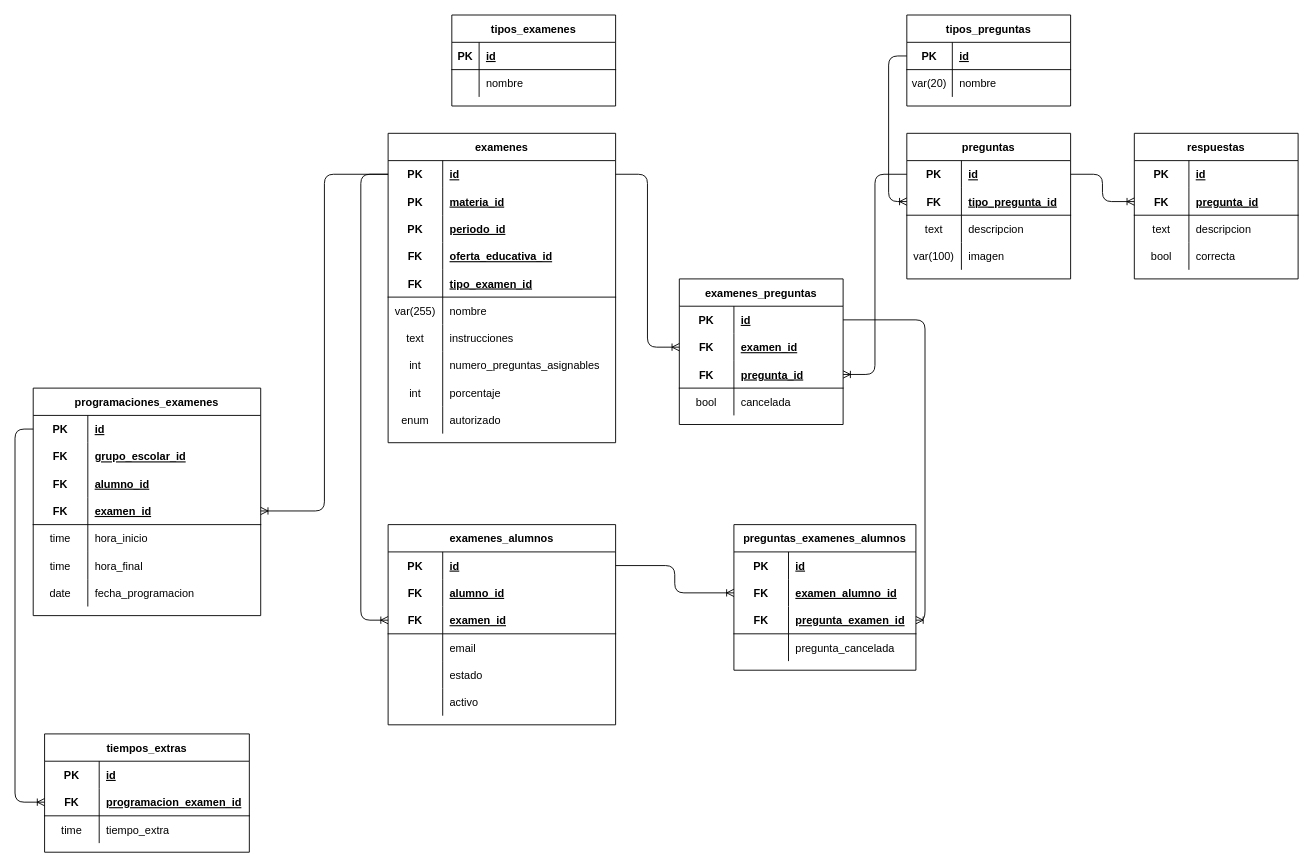
Above: examenes/examenes.drawio in Carlos-Angel/database-escolar (draw.io), before the change. Source tidied: cells renumbered, new cells numbered last; positions are measured from the earlier drawing's top-left corner, leaving out a move shared by most shapes. Both pictures are drawn from the tidied source at 91%, with x=0, y=0 at pixel (15, 15).
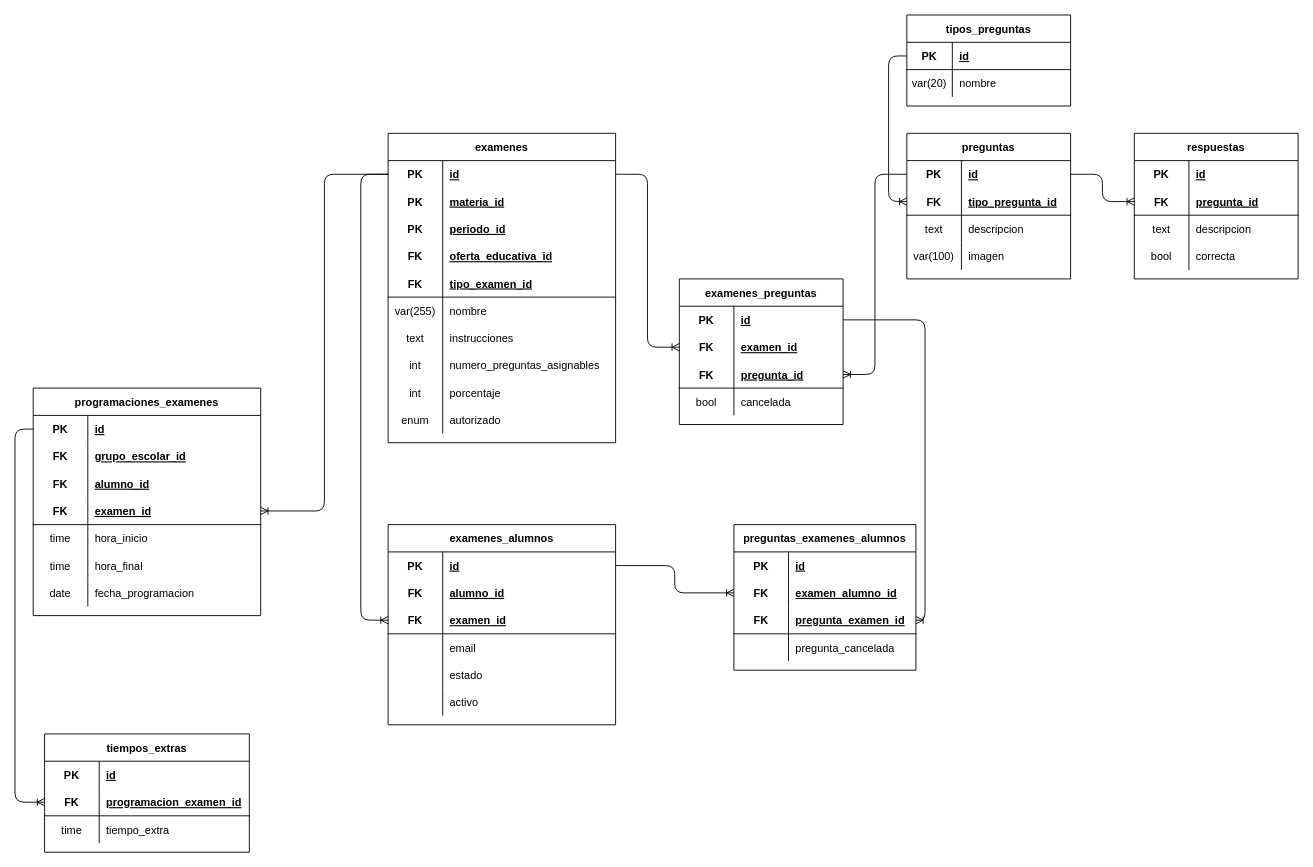
The same diagram, later.

Commit message:
fix(examenes): eliminando tabla inicesaria

What changed in the source:
```diff
@@
-    <mxCell id="68" value="tipos_examenes" style="shape=table;startSize=30;childLayout=tableLayout;rowLines=0;fontStyle=1;align=center;" parent="1" vertex="1">
-      <mxGeometry x="480" width="180" height="100" as="geometry" />
-    </mxCell>
-    <mxCell id="69" style="shape=partialRectangle;fillColor=none;top=0;left=0;bottom=1;right=0;" parent="68" vertex="1">
-      <mxGeometry y="30" width="180" height="30" as="geometry" />
-    </mxCell>
-    <mxCell id="70" value="PK" style="shape=partialRectangle;fillColor=none;top=0;left=0;bottom=0;right=0;fontStyle=1;overflow=hidden;" parent="69" vertex="1">
-      <mxGeometry width="30" height="30" as="geometry" />
-    </mxCell>
-    <mxCell id="71" value="id" style="shape=partialRectangle;fillColor=none;top=0;left=0;bottom=0;right=0;align=left;spacingLeft=6;fontStyle=5;overflow=hidden;" parent="69" vertex="1">
-      <mxGeometry x="30" width="150" height="30" as="geometry" />
-    </mxCell>
-    <mxCell id="72" style="shape=partialRectangle;fillColor=none;top=0;left=0;bottom=0;right=0;" parent="68" vertex="1">
-      <mxGeometry y="60" width="180" height="30" as="geometry" />
-    </mxCell>
-    <mxCell id="73" style="shape=partialRectangle;fillColor=none;top=0;left=0;bottom=0;right=0;overflow=hidden;" parent="72" vertex="1">
-      <mxGeometry width="30" height="30" as="geometry" />
-    </mxCell>
-    <mxCell id="74" value="nombre" style="shape=partialRectangle;fillColor=none;top=0;left=0;bottom=0;right=0;align=left;spacingLeft=6;overflow=hidden;" parent="72" vertex="1">
-      <mxGeometry x="30" width="150" height="30" as="geometry" />
-    </mxCell>
```
